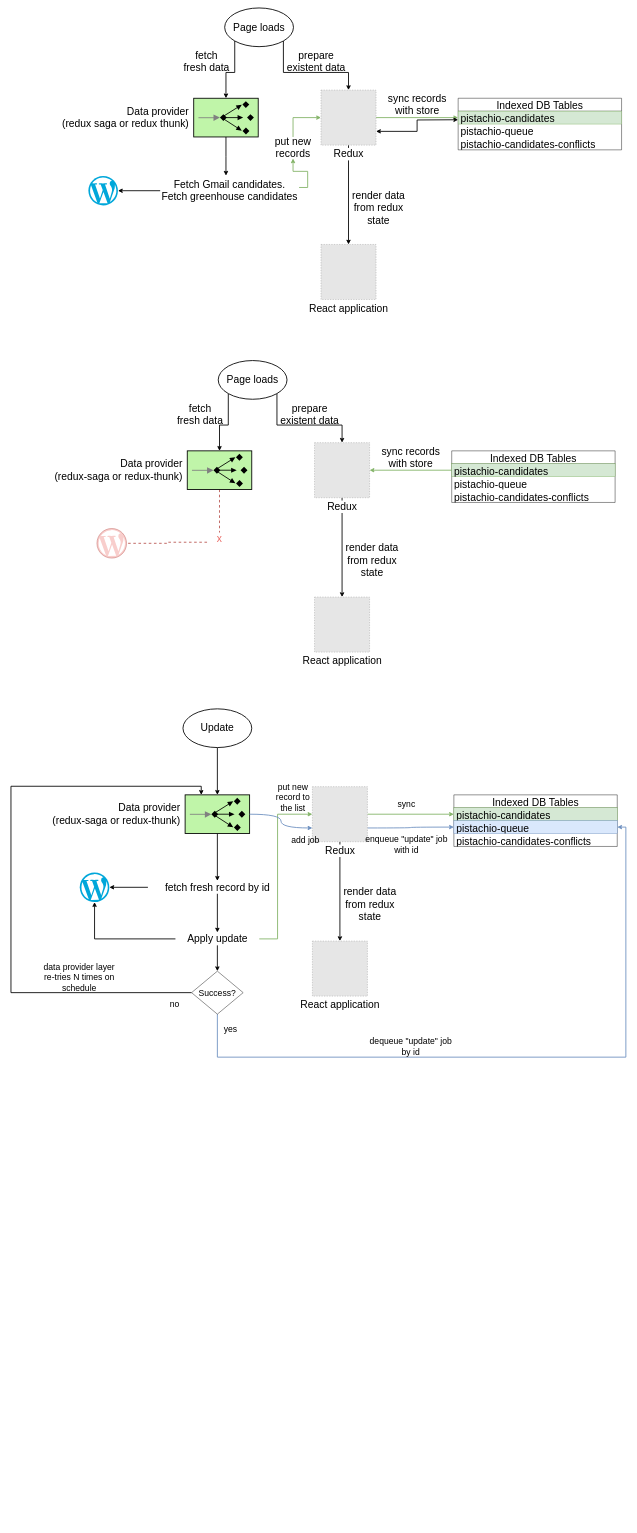
Above: high-level/data-flows.drawio in AlexeyPopovUA/a8c-diagrams (draw.io), before the change. Source tidied: cells renumbered, new cells numbered last; positions are measured from the earlier drawing's top-left corner, leaving out a move shared by most shapes. Both pictures are drawn from the tidied source at 43%, with x=0, y=0 at pixel (11, 8). Pictures stored in the file or linked from it are replaced by grey dashed boxes.
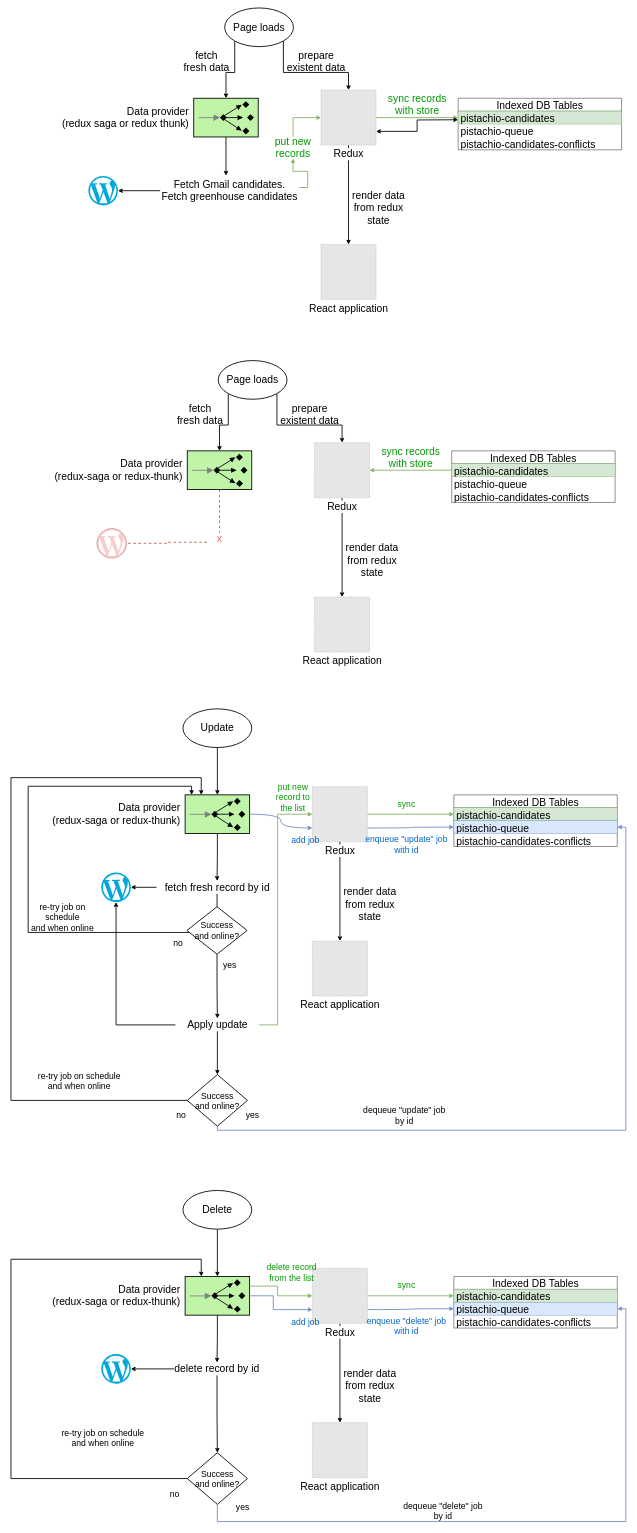
After the change.

Unchanged cells that the change refers to:
```xml
<mxCell id="51" value="Redux" style="fillColor=#E6E6E6;strokeColor=#999999;dashed=1;html=1;verticalAlign=top;verticalLabelPosition=bottom;labelBackgroundColor=#ffffff;fontSize=24;" parent="1" vertex="1">
  <mxGeometry x="701" y="1811" width="128" height="128" as="geometry" />
</mxCell>
<mxCell id="53" value="&lt;font style=&quot;font-size: 24px;&quot;&gt;Data provider&lt;br&gt;&lt;/font&gt;&lt;font style=&quot;font-size: 24px;&quot;&gt;(redux-saga or redux-thunk)&lt;br&gt;&lt;/font&gt;" style="fillColor=#c0f5a9;dashed=0;outlineConnect=0;strokeWidth=2;html=1;align=right;fontSize=8;verticalLabelPosition=middle;verticalAlign=middle;shape=mxgraph.eip.message_dispatcher;labelPosition=left;spacingRight=10;" parent="1" vertex="1">
  <mxGeometry x="405" y="1830" width="150" height="90" as="geometry" />
</mxCell>
<mxCell id="56" value="pistachio-queue" style="text;strokeColor=#6c8ebf;fillColor=#dae8fc;align=left;verticalAlign=middle;spacingLeft=4;spacingRight=4;overflow=hidden;points=[[0,0.5],[1,0.5]];portConstraint=eastwest;fontSize=24;" parent="54" vertex="1">
  <mxGeometry y="60" width="380" height="30" as="geometry" />
</mxCell>
```

The edit, as a diff of the source:
```diff
@@
-    <mxCell id="20" value="sync records with store" style="text;html=1;strokeColor=none;fillColor=none;align=center;verticalAlign=middle;whiteSpace=wrap;rounded=0;fontSize=24;" parent="1" vertex="1">
+    <mxCell id="20" value="sync records with store" style="text;html=1;strokeColor=none;fillColor=none;align=center;verticalAlign=middle;whiteSpace=wrap;rounded=0;fontSize=24;fontColor=#009900;" parent="1" vertex="1">
       <mxGeometry x="870" y="205" width="150" height="40" as="geometry" />
     </mxCell>
-    <mxCell id="21" value="put new records" style="text;html=1;strokeColor=none;fillColor=none;align=center;verticalAlign=middle;whiteSpace=wrap;rounded=0;fontSize=24;" parent="1" vertex="1">
+    <mxCell id="21" value="put new records" style="text;html=1;strokeColor=none;fillColor=none;align=center;verticalAlign=middle;whiteSpace=wrap;rounded=0;fontSize=24;fontColor=#009900;" parent="1" vertex="1">
       <mxGeometry x="596" y="300" width="120" height="50" as="geometry" />
     </mxCell>
@@
-    <mxCell id="42" value="sync records with store" style="text;html=1;strokeColor=none;fillColor=none;align=center;verticalAlign=middle;whiteSpace=wrap;rounded=0;fontSize=24;" parent="1" vertex="1">
+    <mxCell id="42" value="sync records with store" style="text;html=1;strokeColor=none;fillColor=none;align=center;verticalAlign=middle;whiteSpace=wrap;rounded=0;fontSize=24;fontColor=#009900;" parent="1" vertex="1">
       <mxGeometry x="855" y="1025" width="150" height="40" as="geometry" />
     </mxCell>
@@
     <mxCell id="58" style="edgeStyle=orthogonalEdgeStyle;rounded=0;jettySize=auto;html=1;entryX=0;entryY=0.5;entryDx=0;entryDy=0;fontSize=24;startArrow=none;startFill=0;strokeWidth=2;exitX=1;exitY=0.5;exitDx=0;exitDy=0;fillColor=#d5e8d4;strokeColor=#82b366;" parent="1" edge="1" source="70" target="51">
       <mxGeometry relative="1" as="geometry">
         <Array as="points">
-          <mxPoint x="620" y="2165" />
+          <mxPoint x="620" y="2365" />
           <mxPoint x="620" y="1875" />
         </Array>
       </mxGeometry>
     </mxCell>
@@
     <mxCell id="60" style="dashed=0;outlineConnect=0;html=1;align=center;labelPosition=center;verticalLabelPosition=bottom;verticalAlign=top;shape=mxgraph.weblogos.wordpress_2;fillColor=#00A7DA;strokeColor=none;fontSize=24;" parent="1" vertex="1">
-      <mxGeometry x="160" y="2010.6" width="68.8" height="68.8" as="geometry" />
+      <mxGeometry x="210" y="2010.6" width="68.8" height="68.8" as="geometry" />
     </mxCell>
-    <mxCell id="61" value="sync" style="text;html=1;strokeColor=none;fillColor=none;align=center;verticalAlign=middle;whiteSpace=wrap;rounded=0;fontSize=20;" parent="1" vertex="1">
+    <mxCell id="61" value="sync" style="text;html=1;strokeColor=none;fillColor=none;align=center;verticalAlign=middle;whiteSpace=wrap;rounded=0;fontSize=20;fontColor=#009900;" parent="1" vertex="1">
       <mxGeometry x="887" y="1830" width="66" height="40" as="geometry" />
     </mxCell>
-    <mxCell id="62" value="put new record to the list" style="text;html=1;strokeColor=none;fillColor=none;align=center;verticalAlign=middle;whiteSpace=wrap;rounded=0;fontSize=20;" parent="1" vertex="1">
+    <mxCell id="62" value="put new record to the list" style="text;html=1;strokeColor=none;fillColor=none;align=center;verticalAlign=middle;whiteSpace=wrap;rounded=0;fontSize=20;fontColor=#009900;" parent="1" vertex="1">
       <mxGeometry x="606" y="1820" width="100" height="30" as="geometry" />
     </mxCell>
@@
-    <mxCell id="65" style="edgeStyle=orthogonalEdgeStyle;rounded=0;jettySize=auto;html=1;entryX=0.5;entryY=0;entryDx=0;entryDy=0;fontSize=24;strokeWidth=2;" parent="1" edge="1" source="66" target="70">
+    <mxCell id="65" style="edgeStyle=orthogonalEdgeStyle;rounded=0;jettySize=auto;html=1;entryX=0.5;entryY=0;entryDx=0;entryDy=0;fontSize=24;strokeWidth=2;startArrow=none;" parent="1" edge="1" source="84" target="70">
       <mxGeometry relative="1" as="geometry" />
     </mxCell>
     <mxCell id="66" value="fetch fresh record by id" style="text;html=1;strokeColor=none;fillColor=none;align=center;verticalAlign=middle;whiteSpace=wrap;rounded=0;fontSize=24;" parent="1" vertex="1">
-      <mxGeometry x="318.5" y="2030" width="323" height="30" as="geometry" />
+      <mxGeometry x="338.5" y="2030" width="281.5" height="30" as="geometry" />
     </mxCell>
@@
     <mxCell id="70" value="&lt;font style=&quot;font-size: 24px;&quot;&gt;A&lt;font style=&quot;font-size: 24px;&quot;&gt;pply update&lt;/font&gt;&lt;/font&gt;" style="text;html=1;strokeColor=none;fillColor=none;align=center;verticalAlign=middle;whiteSpace=wrap;rounded=0;" parent="1" vertex="1">
-      <mxGeometry x="382.5" y="2150" width="195" height="30" as="geometry" />
+      <mxGeometry x="382.5" y="2350" width="195" height="30" as="geometry" />
     </mxCell>
-    <mxCell id="71" value="enqueue &quot;update&quot; job with id " style="text;html=1;strokeColor=none;fillColor=none;align=center;verticalAlign=middle;whiteSpace=wrap;rounded=0;fontSize=20;" parent="1" vertex="1">
+    <mxCell id="71" value="enqueue &quot;update&quot; job with id " style="text;html=1;strokeColor=none;fillColor=none;align=center;verticalAlign=middle;whiteSpace=wrap;rounded=0;fontSize=20;fontColor=#0066CC;" parent="1" vertex="1">
       <mxGeometry x="815" y="1920" width="210" height="50.6" as="geometry" />
     </mxCell>
-    <mxCell id="72" value="add job" style="text;html=1;strokeColor=none;fillColor=none;align=center;verticalAlign=middle;whiteSpace=wrap;rounded=0;fontSize=20;" parent="1" vertex="1">
+    <mxCell id="72" value="add job" style="text;html=1;strokeColor=none;fillColor=none;align=center;verticalAlign=middle;whiteSpace=wrap;rounded=0;fontSize=20;fontColor=#0066CC;" parent="1" vertex="1">
       <mxGeometry x="635" y="1920" width="100" height="30" as="geometry" />
     </mxCell>
     <mxCell id="73" style="edgeStyle=orthogonalEdgeStyle;rounded=0;jettySize=auto;html=1;entryX=1;entryY=0.5;entryDx=0;entryDy=0;fontSize=20;startArrow=none;startFill=0;strokeWidth=2;fillColor=#dae8fc;strokeColor=#6c8ebf;" parent="1" edge="1" source="75" target="56">
       <mxGeometry relative="1" as="geometry">
         <Array as="points">
-          <mxPoint x="480" y="2440" />
-          <mxPoint x="1430" y="2440" />
+          <mxPoint x="480" y="2610" />
+          <mxPoint x="1430" y="2610" />
           <mxPoint x="1430" y="1905" />
         </Array>
       </mxGeometry>
     </mxCell>
-    <mxCell id="74" style="edgeStyle=orthogonalEdgeStyle;rounded=0;jettySize=auto;html=1;entryX=0.25;entryY=0;entryDx=0;entryDy=0;entryPerimeter=0;fontSize=20;startArrow=none;startFill=0;strokeWidth=2;" parent="1" edge="1" source="75" target="53">
+    <mxCell id="74" style="edgeStyle=orthogonalEdgeStyle;rounded=0;jettySize=auto;html=1;entryX=0.25;entryY=0;entryDx=0;entryDy=0;entryPerimeter=0;fontSize=20;startArrow=none;startFill=0;strokeWidth=2;exitX=0;exitY=0.5;exitDx=0;exitDy=0;" parent="1" edge="1" source="75" target="53">
       <mxGeometry relative="1" as="geometry">
         <Array as="points">
-          <mxPoint y="2290" />
-          <mxPoint y="1810" />
-          <mxPoint x="443" y="1810" />
+          <mxPoint y="2541" />
+          <mxPoint y="1790" />
+          <mxPoint x="443" y="1790" />
         </Array>
       </mxGeometry>
     </mxCell>
-    <mxCell id="75" value="Success?" style="rhombus;whiteSpace=wrap;html=1;fontSize=20;" parent="1" vertex="1">
-      <mxGeometry x="420" y="2240" width="120" height="100" as="geometry" />
+    <mxCell id="75" value="Success&lt;br&gt;and online?" style="rhombus;whiteSpace=wrap;html=1;fontSize=20;strokeWidth=2;" parent="1" vertex="1">
+      <mxGeometry x="410" y="2480.6" width="140" height="120" as="geometry" />
     </mxCell>
     <mxCell id="76" value="dequeue &quot;update&quot; job by id " style="text;html=1;strokeColor=none;fillColor=none;align=center;verticalAlign=middle;whiteSpace=wrap;rounded=0;fontSize=20;" parent="1" vertex="1">
-      <mxGeometry x="825" y="2390" width="210" height="50.6" as="geometry" />
+      <mxGeometry x="810" y="2550" width="210" height="50.6" as="geometry" />
     </mxCell>
     <mxCell id="77" value="yes" style="text;html=1;strokeColor=none;fillColor=none;align=center;verticalAlign=middle;whiteSpace=wrap;rounded=0;fontSize=20;" parent="1" vertex="1">
-      <mxGeometry x="482" y="2350" width="58" height="50.6" as="geometry" />
+      <mxGeometry x="533" y="2550" width="58" height="50.6" as="geometry" />
     </mxCell>
     <mxCell id="78" value="no" style="text;html=1;strokeColor=none;fillColor=none;align=center;verticalAlign=middle;whiteSpace=wrap;rounded=0;fontSize=20;" parent="1" vertex="1">
-      <mxGeometry x="352" y="2289.4" width="58" height="50.6" as="geometry" />
+      <mxGeometry x="367" y="2550" width="58" height="50.6" as="geometry" />
     </mxCell>
-    <mxCell id="79" value="data provider layer&lt;br&gt;re-tries N times on schedule" style="text;html=1;strokeColor=none;fillColor=none;align=center;verticalAlign=middle;whiteSpace=wrap;rounded=0;fontSize=20;" parent="1" vertex="1">
-      <mxGeometry x="48.8" y="2219.4" width="220" height="70" as="geometry" />
+    <mxCell id="79" value="re-try job on schedule and when online" style="text;html=1;strokeColor=none;fillColor=none;align=center;verticalAlign=middle;whiteSpace=wrap;rounded=0;fontSize=20;" parent="1" vertex="1">
+      <mxGeometry x="48.8" y="2460" width="220" height="70" as="geometry" />
     </mxCell>
+    <mxCell id="80" style="edgeStyle=orthogonalEdgeStyle;rounded=0;jettySize=auto;html=1;fontSize=20;startArrow=none;startFill=0;strokeWidth=2;" parent="1" edge="1" source="84" target="53">
+      <mxGeometry relative="1" as="geometry">
+        <Array as="points">
+          <mxPoint x="40" y="2150" />
+          <mxPoint x="40" y="1810" />
+          <mxPoint x="420" y="1810" />
+        </Array>
+      </mxGeometry>
+    </mxCell>
+    <mxCell id="81" value="no" style="text;html=1;strokeColor=none;fillColor=none;align=center;verticalAlign=middle;whiteSpace=wrap;rounded=0;fontSize=20;" parent="1" vertex="1">
+      <mxGeometry x="360" y="2150" width="58" height="50.6" as="geometry" />
+    </mxCell>
+    <mxCell id="82" value="re-try job on schedule&lt;br&gt; and when online" style="text;html=1;strokeColor=none;fillColor=none;align=center;verticalAlign=middle;whiteSpace=wrap;rounded=0;fontSize=20;" parent="1" vertex="1">
+      <mxGeometry x="30" y="2079.4" width="180" height="70" as="geometry" />
+    </mxCell>
+    <mxCell id="83" value="yes" style="text;html=1;strokeColor=none;fillColor=none;align=center;verticalAlign=middle;whiteSpace=wrap;rounded=0;fontSize=20;" parent="1" vertex="1">
+      <mxGeometry x="479.5" y="2200.4" width="58" height="50.6" as="geometry" />
+    </mxCell>
+    <mxCell id="84" value="Success&lt;br&gt;and online?" style="rhombus;whiteSpace=wrap;html=1;fontSize=20;strokeWidth=2;" parent="1" vertex="1">
+      <mxGeometry x="409.2" y="2090.2" width="140" height="110.4" as="geometry" />
+    </mxCell>
+    <mxCell id="85" style="edgeStyle=orthogonalEdgeStyle;rounded=0;jettySize=auto;html=1;entryX=0.5;entryY=0;entryDx=0;entryDy=0;fontSize=24;strokeWidth=2;endArrow=none;" parent="1" edge="1" source="66" target="84">
+      <mxGeometry relative="1" as="geometry" />
+    </mxCell>
+    <mxCell id="86" style="edgeStyle=orthogonalEdgeStyle;rounded=0;jettySize=auto;html=1;exitX=0.5;exitY=1;exitDx=0;exitDy=0;entryX=0.5;entryY=0;entryDx=0;entryDy=0;entryPerimeter=0;fontSize=24;startArrow=none;startFill=0;strokeWidth=2;" parent="1" edge="1" source="99" target="93">
+      <mxGeometry relative="1" as="geometry" />
+    </mxCell>
+    <mxCell id="87" value="React application" style="fillColor=#E6E6E6;strokeColor=#999999;dashed=1;html=1;verticalAlign=top;verticalLabelPosition=bottom;labelBackgroundColor=#ffffff;fontSize=24;" parent="1" vertex="1">
+      <mxGeometry x="701" y="3290" width="128" height="128" as="geometry" />
+    </mxCell>
+    <mxCell id="88" style="edgeStyle=orthogonalEdgeStyle;rounded=0;jettySize=auto;html=1;entryX=0;entryY=0.5;entryDx=0;entryDy=0;fontSize=24;strokeWidth=2;startArrow=none;startFill=0;fillColor=#d5e8d4;strokeColor=#82b366;" parent="1" edge="1" source="91" target="95">
+      <mxGeometry relative="1" as="geometry" />
+    </mxCell>
+    <mxCell id="89" style="edgeStyle=orthogonalEdgeStyle;rounded=0;jettySize=auto;html=1;entryX=0.5;entryY=0;entryDx=0;entryDy=0;fontSize=24;startArrow=none;startFill=0;strokeWidth=2;" parent="1" edge="1" source="91" target="87">
+      <mxGeometry relative="1" as="geometry" />
+    </mxCell>
+    <mxCell id="90" style="edgeStyle=orthogonalEdgeStyle;rounded=0;jettySize=auto;html=1;exitX=1;exitY=0.75;exitDx=0;exitDy=0;entryX=0;entryY=0.5;entryDx=0;entryDy=0;fontSize=24;strokeWidth=2;curved=1;fillColor=#dae8fc;strokeColor=#6c8ebf;" parent="1" edge="1" source="91" target="96">
+      <mxGeometry relative="1" as="geometry" />
+    </mxCell>
+    <mxCell id="91" value="Redux" style="fillColor=#E6E6E6;strokeColor=#999999;dashed=1;html=1;verticalAlign=top;verticalLabelPosition=bottom;labelBackgroundColor=#ffffff;fontSize=24;" parent="1" vertex="1">
+      <mxGeometry x="701" y="2931" width="128" height="128" as="geometry" />
+    </mxCell>
+    <mxCell id="92" style="edgeStyle=orthogonalEdgeStyle;rounded=0;jettySize=auto;html=1;entryX=0.5;entryY=0;entryDx=0;entryDy=0;fontSize=24;startArrow=none;startFill=0;strokeWidth=2;" parent="1" edge="1" source="93" target="105">
+      <mxGeometry relative="1" as="geometry" />
+    </mxCell>
+    <mxCell id="93" value="&lt;font style=&quot;font-size: 24px;&quot;&gt;Data provider&lt;br&gt;&lt;/font&gt;&lt;font style=&quot;font-size: 24px;&quot;&gt;(redux-saga or redux-thunk)&lt;br&gt;&lt;/font&gt;" style="fillColor=#c0f5a9;dashed=0;outlineConnect=0;strokeWidth=2;html=1;align=right;fontSize=8;verticalLabelPosition=middle;verticalAlign=middle;shape=mxgraph.eip.message_dispatcher;labelPosition=left;spacingRight=10;" parent="1" vertex="1">
+      <mxGeometry x="405" y="2950" width="150" height="90" as="geometry" />
+    </mxCell>
+    <mxCell id="94" value="Indexed DB Tables" style="swimlane;fontStyle=0;horizontal=1;startSize=30;fontSize=24;" parent="1" vertex="1">
+      <mxGeometry x="1030" y="2950" width="380" height="120" as="geometry" />
+    </mxCell>
+    <mxCell id="95" value="pistachio-candidates" style="text;align=left;verticalAlign=middle;spacingLeft=4;spacingRight=4;overflow=hidden;points=[[0,0.5],[1,0.5]];portConstraint=eastwest;fontSize=24;fillColor=#d5e8d4;strokeColor=#82b366;" parent="94" vertex="1">
+      <mxGeometry y="30" width="380" height="30" as="geometry" />
+    </mxCell>
+    <mxCell id="96" value="pistachio-queue" style="text;strokeColor=#6c8ebf;fillColor=#dae8fc;align=left;verticalAlign=middle;spacingLeft=4;spacingRight=4;overflow=hidden;points=[[0,0.5],[1,0.5]];portConstraint=eastwest;fontSize=24;" parent="94" vertex="1">
+      <mxGeometry y="60" width="380" height="30" as="geometry" />
+    </mxCell>
+    <mxCell id="97" value="pistachio-candidates-conflicts" style="text;strokeColor=none;fillColor=none;align=left;verticalAlign=middle;spacingLeft=4;spacingRight=4;overflow=hidden;fontSize=24;" parent="94" vertex="1">
+      <mxGeometry y="90" width="380" height="30" as="geometry" />
+    </mxCell>
+    <mxCell id="98" style="edgeStyle=orthogonalEdgeStyle;rounded=0;jettySize=auto;html=1;entryX=0;entryY=0.5;entryDx=0;entryDy=0;fontSize=24;startArrow=none;startFill=0;strokeWidth=2;exitX=1;exitY=0.25;exitDx=0;exitDy=0;fillColor=#d5e8d4;strokeColor=#82b366;exitPerimeter=0;" parent="1" edge="1" source="93" target="91">
+      <mxGeometry relative="1" as="geometry">
+        <Array as="points">
+          <mxPoint x="620" y="2972" />
+          <mxPoint x="620" y="2995" />
+        </Array>
+      </mxGeometry>
+    </mxCell>
+    <mxCell id="99" value="Delete" style="ellipse;whiteSpace=wrap;html=1;fontSize=24;strokeWidth=2;" parent="1" vertex="1">
+      <mxGeometry x="400" y="2750" width="160" height="90" as="geometry" />
+    </mxCell>
+    <mxCell id="100" style="dashed=0;outlineConnect=0;html=1;align=center;labelPosition=center;verticalLabelPosition=bottom;verticalAlign=top;shape=mxgraph.weblogos.wordpress_2;fillColor=#00A7DA;strokeColor=none;fontSize=24;" parent="1" vertex="1">
+      <mxGeometry x="210" y="3130.6" width="68.8" height="68.8" as="geometry" />
+    </mxCell>
+    <mxCell id="101" value="sync" style="text;html=1;strokeColor=none;fillColor=none;align=center;verticalAlign=middle;whiteSpace=wrap;rounded=0;fontSize=20;fontColor=#009900;" parent="1" vertex="1">
+      <mxGeometry x="887" y="2950" width="66" height="40" as="geometry" />
+    </mxCell>
+    <mxCell id="102" value="delete record from the list" style="text;html=1;strokeColor=none;fillColor=none;align=center;verticalAlign=middle;whiteSpace=wrap;rounded=0;fontSize=20;fontColor=#009900;" parent="1" vertex="1">
+      <mxGeometry x="590" y="2910" width="126" height="60" as="geometry" />
+    </mxCell>
+    <mxCell id="103" value="render data from redux state" style="text;html=1;strokeColor=none;fillColor=none;align=center;verticalAlign=middle;whiteSpace=wrap;rounded=0;fontSize=24;" parent="1" vertex="1">
+      <mxGeometry x="750" y="3190.4" width="170" height="30" as="geometry" />
+    </mxCell>
+    <mxCell id="104" style="edgeStyle=orthogonalEdgeStyle;rounded=0;jettySize=auto;html=1;fontSize=24;startArrow=none;startFill=0;strokeWidth=2;" parent="1" edge="1" source="105" target="100">
+      <mxGeometry relative="1" as="geometry" />
+    </mxCell>
+    <mxCell id="105" value="delete record by id" style="text;html=1;strokeColor=none;fillColor=none;align=center;verticalAlign=middle;whiteSpace=wrap;rounded=0;fontSize=24;" parent="1" vertex="1">
+      <mxGeometry x="379.2" y="3150" width="200" height="30" as="geometry" />
+    </mxCell>
+    <mxCell id="106" style="edgeStyle=orthogonalEdgeStyle;rounded=0;jettySize=auto;html=1;entryX=0;entryY=0.75;entryDx=0;entryDy=0;fontSize=20;strokeWidth=2;exitX=1;exitY=0.5;exitDx=0;exitDy=0;exitPerimeter=0;fillColor=#dae8fc;strokeColor=#6c8ebf;" parent="1" edge="1" source="93" target="91">
+      <mxGeometry relative="1" as="geometry">
+        <Array as="points">
+          <mxPoint x="610" y="2995" />
+          <mxPoint x="610" y="3027" />
+        </Array>
+      </mxGeometry>
+    </mxCell>
+    <mxCell id="107" style="edgeStyle=orthogonalEdgeStyle;rounded=0;jettySize=auto;html=1;entryX=0.5;entryY=0;entryDx=0;entryDy=0;fontSize=20;startArrow=none;startFill=0;strokeWidth=2;exitX=0.5;exitY=1;exitDx=0;exitDy=0;" parent="1" edge="1" source="105" target="112">
+      <mxGeometry relative="1" as="geometry" />
+    </mxCell>
+    <mxCell id="108" value="enqueue &quot;delete&quot; job with id " style="text;html=1;strokeColor=none;fillColor=none;align=center;verticalAlign=middle;whiteSpace=wrap;rounded=0;fontSize=20;fontColor=#0066CC;" parent="1" vertex="1">
+      <mxGeometry x="815" y="3040" width="210" height="50.6" as="geometry" />
+    </mxCell>
+    <mxCell id="109" value="add job" style="text;html=1;strokeColor=none;fillColor=none;align=center;verticalAlign=middle;whiteSpace=wrap;rounded=0;fontSize=20;fontColor=#0066CC;" parent="1" vertex="1">
+      <mxGeometry x="635" y="3040" width="100" height="30" as="geometry" />
+    </mxCell>
+    <mxCell id="110" style="edgeStyle=orthogonalEdgeStyle;rounded=0;jettySize=auto;html=1;entryX=1;entryY=0.5;entryDx=0;entryDy=0;fontSize=20;startArrow=none;startFill=0;strokeWidth=2;fillColor=#dae8fc;strokeColor=#6c8ebf;" parent="1" edge="1" source="112" target="96">
+      <mxGeometry relative="1" as="geometry">
+        <Array as="points">
+          <mxPoint x="480" y="3520" />
+          <mxPoint x="1430" y="3520" />
+          <mxPoint x="1430" y="3025" />
+        </Array>
+      </mxGeometry>
+    </mxCell>
+    <mxCell id="111" style="edgeStyle=orthogonalEdgeStyle;rounded=0;jettySize=auto;html=1;entryX=0.25;entryY=0;entryDx=0;entryDy=0;entryPerimeter=0;fontSize=20;startArrow=none;startFill=0;strokeWidth=2;exitX=0;exitY=0.5;exitDx=0;exitDy=0;" parent="1" edge="1" source="112" target="93">
+      <mxGeometry relative="1" as="geometry">
+        <Array as="points">
+          <mxPoint y="3420" />
+          <mxPoint y="2910" />
+          <mxPoint x="443" y="2910" />
+        </Array>
+      </mxGeometry>
+    </mxCell>
+    <mxCell id="112" value="Success&lt;br&gt;and online?" style="rhombus;whiteSpace=wrap;html=1;fontSize=20;strokeWidth=2;" parent="1" vertex="1">
+      <mxGeometry x="410" y="3360" width="140" height="120" as="geometry" />
+    </mxCell>
+    <mxCell id="113" value="dequeue &quot;delete&quot; job by id " style="text;html=1;strokeColor=none;fillColor=none;align=center;verticalAlign=middle;whiteSpace=wrap;rounded=0;fontSize=20;" parent="1" vertex="1">
+      <mxGeometry x="900" y="3470" width="210" height="50.6" as="geometry" />
+    </mxCell>
+    <mxCell id="114" value="yes" style="text;html=1;strokeColor=none;fillColor=none;align=center;verticalAlign=middle;whiteSpace=wrap;rounded=0;fontSize=20;" parent="1" vertex="1">
+      <mxGeometry x="510" y="3460" width="58" height="50.6" as="geometry" />
+    </mxCell>
+    <mxCell id="115" value="no" style="text;html=1;strokeColor=none;fillColor=none;align=center;verticalAlign=middle;whiteSpace=wrap;rounded=0;fontSize=20;" parent="1" vertex="1">
+      <mxGeometry x="352" y="3429.4" width="58" height="50.6" as="geometry" />
+    </mxCell>
+    <mxCell id="116" value="re-try job on schedule and when online" style="text;html=1;strokeColor=none;fillColor=none;align=center;verticalAlign=middle;whiteSpace=wrap;rounded=0;fontSize=20;" parent="1" vertex="1">
+      <mxGeometry x="104.4" y="3290" width="220" height="70" as="geometry" />
+    </mxCell>
```
